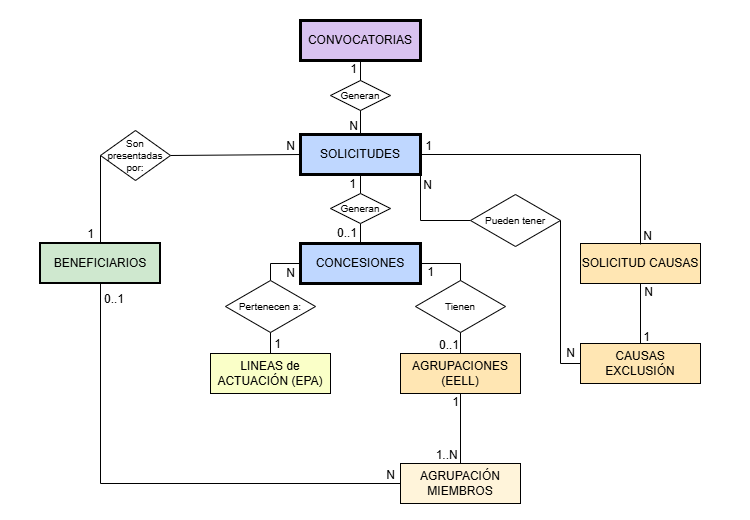
Earlier version of the draw.io export docs/img/modelo-datos-er.png (vcv-code/SubvDGDA). Source tidied: cells renumbered, new cells last; positions are measured from the earlier drawing's top-left corner, leaving out a move shared by most shapes.
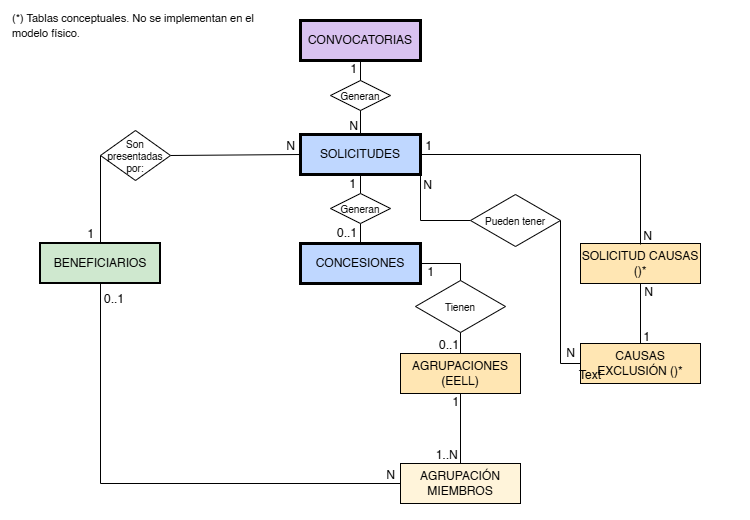
The same diagram one commit later.

Commit message:
docs: actualizar diagrama ER

The edit, as a diff of the source:
```diff
@@ -2,7 +2,7 @@
   <root>
     <mxCell id="0" />
     <mxCell id="1" parent="0" />
-    <mxCell id="2" style="group;" parent="1" vertex="1">
+    <mxCell id="2" style="group;fontStyle=1;" parent="1" vertex="1">
       <mxGeometry width="750" height="520" as="geometry" />
     </mxCell>
     <mxCell id="3" style="rounded=0;whiteSpace=wrap;html=1;strokeColor=none;" parent="2" vertex="1">
@@ -14,9 +14,6 @@
     <mxCell id="5" value="CONCESIONES" style="whiteSpace=wrap;html=1;align=center;fillColor=#BFD7FF;strokeColor=#000000;strokeWidth=3;" parent="2" vertex="1">
       <mxGeometry x="300" y="243" width="120" height="40" as="geometry" />
     </mxCell>
-    <mxCell id="6" value="LINEAS de ACTUACIÓN (EPA)" style="whiteSpace=wrap;html=1;align=center;fillColor=#FAFFC8;strokeColor=#000000;" parent="2" vertex="1">
-      <mxGeometry x="210" y="353" width="120" height="40" as="geometry" />
-    </mxCell>
     <mxCell id="7" value="AGRUPACIONES (EELL)" style="whiteSpace=wrap;html=1;align=center;fillColor=#FFE6B3;strokeColor=#000000;" parent="2" vertex="1">
       <mxGeometry x="400" y="353" width="120" height="40" as="geometry" />
     </mxCell>
@@ -60,16 +57,6 @@
     <mxCell id="17" value="1" style="html=1;whiteSpace=wrap;align=right;verticalAlign=bottom;" parent="2" vertex="1">
       <mxGeometry x="460" y="410" as="geometry" />
     </mxCell>
-    <mxCell id="18" value="1" style="html=1;whiteSpace=wrap;align=right;verticalAlign=bottom;" parent="2" vertex="1">
-      <mxGeometry x="277" y="345" as="geometry">
-        <mxPoint x="5" y="7" as="offset" />
-      </mxGeometry>
-    </mxCell>
-    <mxCell id="19" value="N" style="html=1;whiteSpace=wrap;align=right;verticalAlign=bottom;" parent="2" vertex="1">
-      <mxGeometry x="230" y="463" as="geometry">
-        <mxPoint x="66" y="-182" as="offset" />
-      </mxGeometry>
-    </mxCell>
     <mxCell id="20" value="1" style="html=1;whiteSpace=wrap;align=right;verticalAlign=bottom;" parent="2" vertex="1">
       <mxGeometry x="430" y="273" as="geometry">
         <mxPoint x="5" y="7" as="offset" />
@@ -106,10 +93,10 @@
         <mxPoint x="-1" as="offset" />
       </mxGeometry>
     </mxCell>
-    <mxCell id="28" value="SOLICITUD CAUSAS" style="whiteSpace=wrap;html=1;align=center;fillColor=#FFE6B3;strokeColor=#000000;" parent="2" vertex="1">
+    <mxCell id="28" value="SOLICITUD CAUSAS ()*" style="whiteSpace=wrap;html=1;align=center;fillColor=#FFE6B3;strokeColor=#000000;" parent="2" vertex="1">
       <mxGeometry x="580" y="243" width="120" height="40" as="geometry" />
     </mxCell>
-    <mxCell id="29" value="CAUSAS EXCLUSIÓN" style="whiteSpace=wrap;html=1;align=center;fillColor=#FFE6B3;strokeColor=#000000;" parent="2" vertex="1">
+    <mxCell id="29" value="CAUSAS EXCLUSIÓN ()*" style="whiteSpace=wrap;html=1;align=center;fillColor=#FFE6B3;strokeColor=#000000;" parent="2" vertex="1">
       <mxGeometry x="580" y="343" width="120" height="40" as="geometry" />
     </mxCell>
     <mxCell id="30" value="1" style="html=1;whiteSpace=wrap;align=right;verticalAlign=bottom;" parent="2" vertex="1">
@@ -183,27 +170,6 @@
         <mxPoint x="5" y="7" as="offset" />
       </mxGeometry>
     </mxCell>
-    <mxCell id="46" style="endArrow=none;html=1;rounded=0;exitX=0;exitY=0.5;exitDx=0;exitDy=0;entryX=0.5;entryY=0;entryDx=0;entryDy=0;" parent="2" edge="1" source="5" target="48">
-      <mxGeometry relative="1" as="geometry">
-        <Array as="points">
-          <mxPoint x="270" y="263" />
-        </Array>
-      </mxGeometry>
-    </mxCell>
-    <mxCell id="47" style="html=1;whiteSpace=wrap;align=left;verticalAlign=bottom;" parent="46" vertex="1">
-      <mxGeometry x="-1" relative="1" as="geometry" />
-    </mxCell>
-    <mxCell id="48" value="Pertenecen a:" style="shape=rhombus;perimeter=rhombusPerimeter;whiteSpace=wrap;html=1;align=center;fontSize=10;" parent="2" vertex="1">
-      <mxGeometry x="225" y="280" width="90" height="52" as="geometry" />
-    </mxCell>
-    <mxCell id="49" style="endArrow=none;html=1;rounded=0;entryX=0.5;entryY=0;entryDx=0;entryDy=0;exitX=0.5;exitY=1;exitDx=0;exitDy=0;" parent="2" edge="1" source="48" target="6">
-      <mxGeometry relative="1" as="geometry" />
-    </mxCell>
-    <mxCell id="50" style="html=1;whiteSpace=wrap;align=right;verticalAlign=bottom;" parent="49" vertex="1">
-      <mxGeometry x="1" relative="1" as="geometry">
-        <mxPoint x="2" as="offset" />
-      </mxGeometry>
-    </mxCell>
     <mxCell id="51" style="endArrow=none;html=1;rounded=0;exitX=1;exitY=1;exitDx=0;exitDy=0;entryX=0;entryY=0.5;entryDx=0;entryDy=0;" parent="2" edge="1" source="25" target="52">
       <mxGeometry relative="1" as="geometry">
         <Array as="points">
@@ -223,5 +189,11 @@
     <mxCell id="55" value="Tienen" style="shape=rhombus;perimeter=rhombusPerimeter;whiteSpace=wrap;html=1;align=center;fontSize=10;" parent="2" vertex="1">
       <mxGeometry x="415" y="280" width="90" height="52" as="geometry" />
     </mxCell>
+    <mxCell id="56" value="&lt;font style=&quot;font-size: 11px;&quot;&gt;(*) Tablas conceptuales. No se implementan en el modelo físico.&lt;/font&gt;" style="text;html=1;whiteSpace=wrap;strokeColor=none;fillColor=none;align=left;verticalAlign=middle;rounded=0;" parent="2" vertex="1">
+      <mxGeometry x="10" y="10" width="270" height="30" as="geometry" />
+    </mxCell>
+    <mxCell id="57" value="Text" style="text;html=1;whiteSpace=wrap;strokeColor=none;fillColor=none;align=center;verticalAlign=middle;rounded=0;" parent="1" vertex="1">
+      <mxGeometry x="560" y="360" width="60" height="30" as="geometry" />
+    </mxCell>
   </root>
 </mxGraphModel>
```
